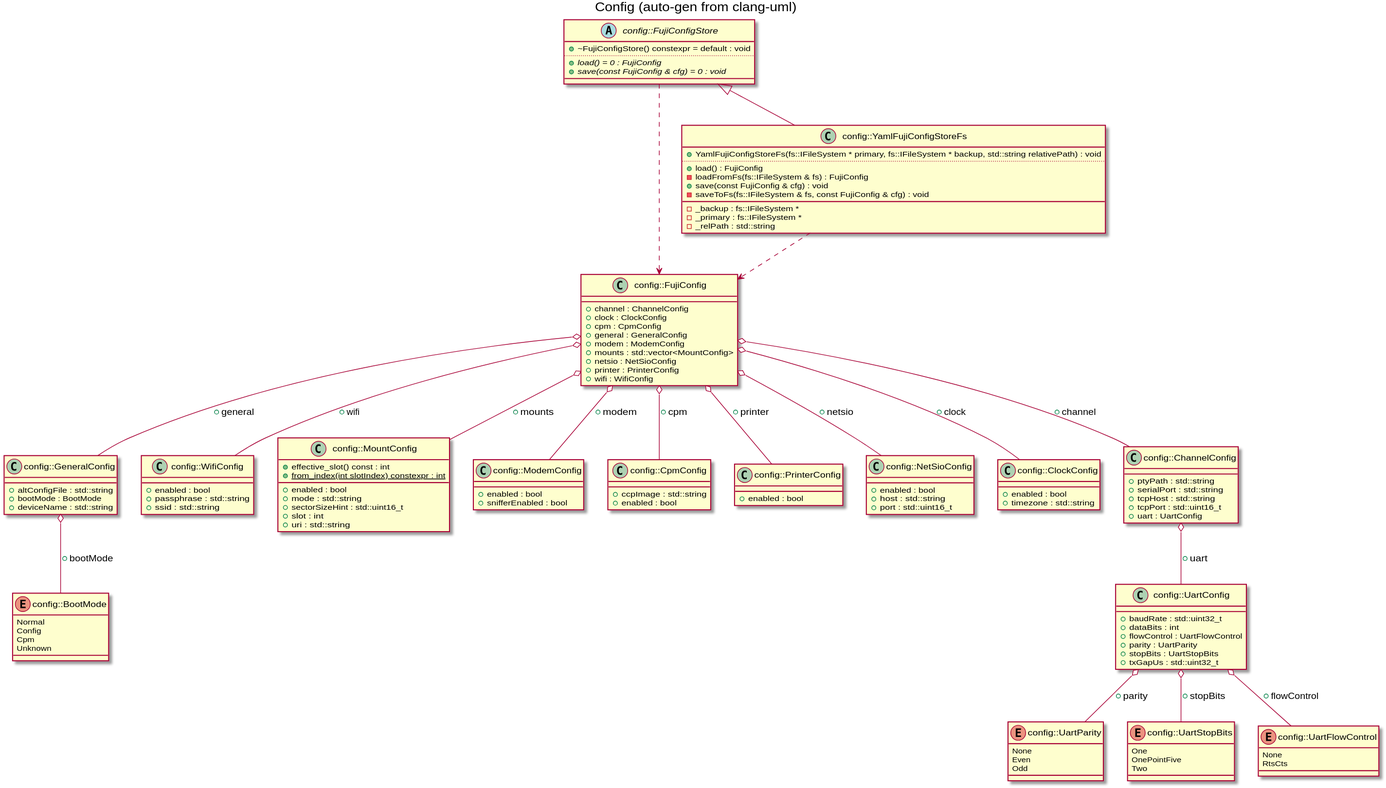
This is docs/images/gen_config.svg from markjfisher/fujinet-nio, a PlantUML export, as it was before one commit.
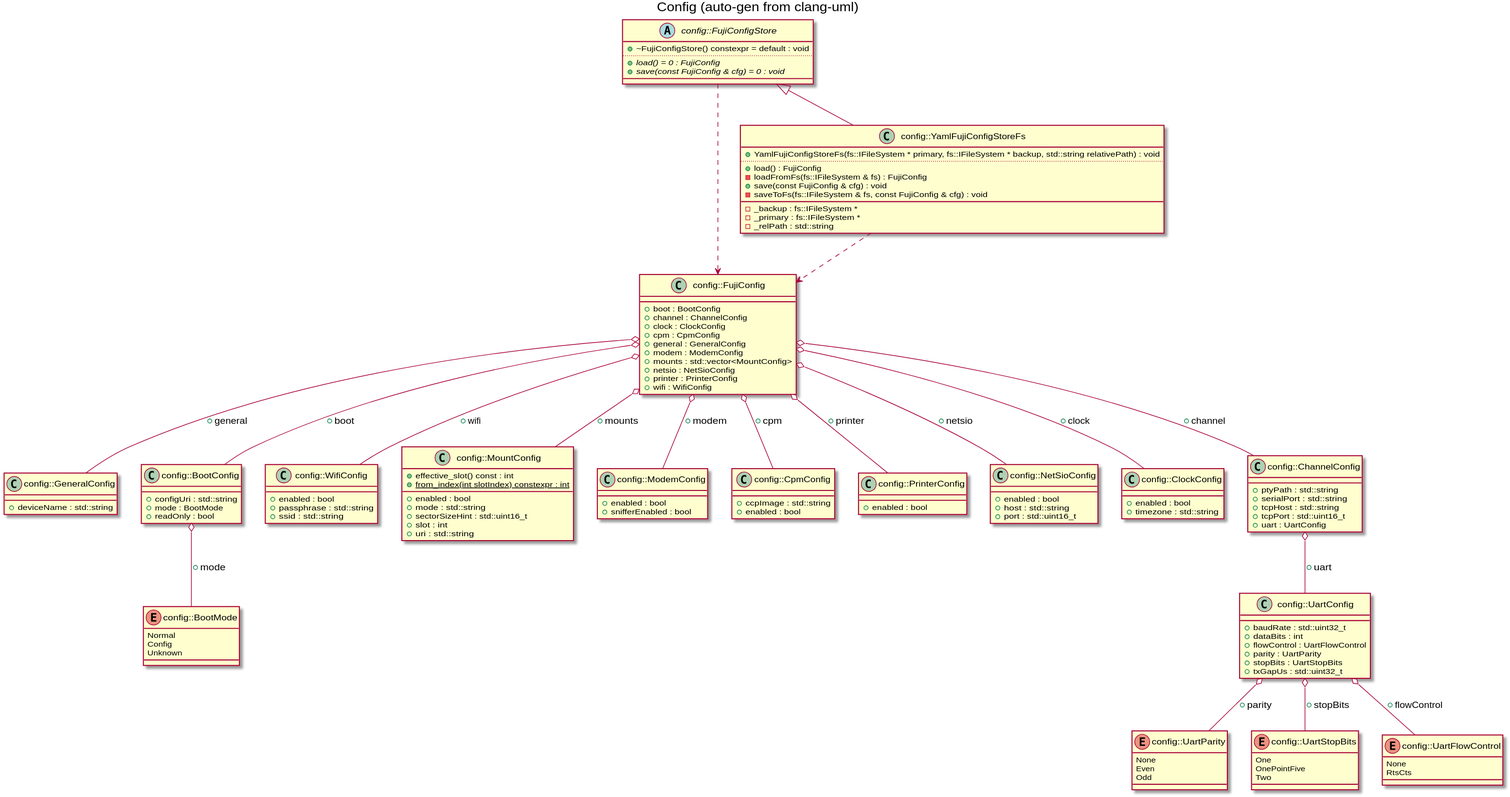
The same diagram one commit later.

The edit, as a diff of the source:
```diff
@@ -4,15 +4,19 @@
 enum C_0012427176626669726738 {
 Normal
 Config
-Cpm
 Unknown
 }
 class "config::GeneralConfig" as C_0016837659718836839167
 class C_0016837659718836839167 {
 __
-+altConfigFile : std::string
-+bootMode : BootMode
 +deviceName : std::string
+}
+class "config::BootConfig" as C_0007703634119308578859
+class C_0007703634119308578859 {
+__
++configUri : std::string
++mode : BootMode
++readOnly : bool
 }
 class "config::WifiConfig" as C_0016905784937528219397
 class C_0016905784937528219397 {
@@ -101,6 +105,7 @@
 class "config::FujiConfig" as C_0013064010099190715901
 class C_0013064010099190715901 {
 __
++boot : BootConfig
 +channel : ChannelConfig
 +clock : ClockConfig
 +cpm : CpmConfig
@@ -132,12 +137,13 @@
 -_primary : fs::IFileSystem *
 -_relPath : std::string
 }
-C_0016837659718836839167 o-- C_0012427176626669726738 : +bootMode
+C_0007703634119308578859 o-- C_0012427176626669726738 : +mode
 C_0010483269678483040323 o-- C_0011809635346976144757 : +parity
 C_0010483269678483040323 o-- C_0000352932751041244767 : +stopBits
 C_0010483269678483040323 o-- C_0005231581209463879465 : +flowControl
 C_0014601375190208620155 o-- C_0010483269678483040323 : +uart
 C_0013064010099190715901 o-- C_0016837659718836839167 : +general
+C_0013064010099190715901 o-- C_0007703634119308578859 : +boot
 C_0013064010099190715901 o-- C_0016905784937528219397 : +wifi
 C_0013064010099190715901 o-- C_0013943630642961179492 : +mounts
 C_0013064010099190715901 o-- C_0005975997772767504221 : +modem
```
